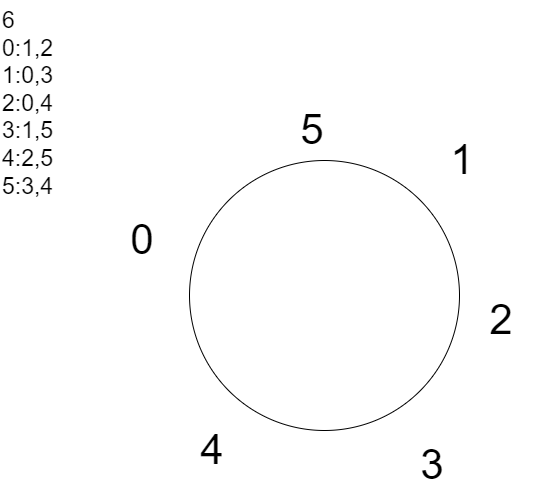
Above: repr.png in pvinere/CavaleriMerlinAStar (draw.io), before the change. Source tidied: cells renumbered, new cells last; positions are measured from the earlier drawing's top-left corner, leaving out a move shared by most shapes.
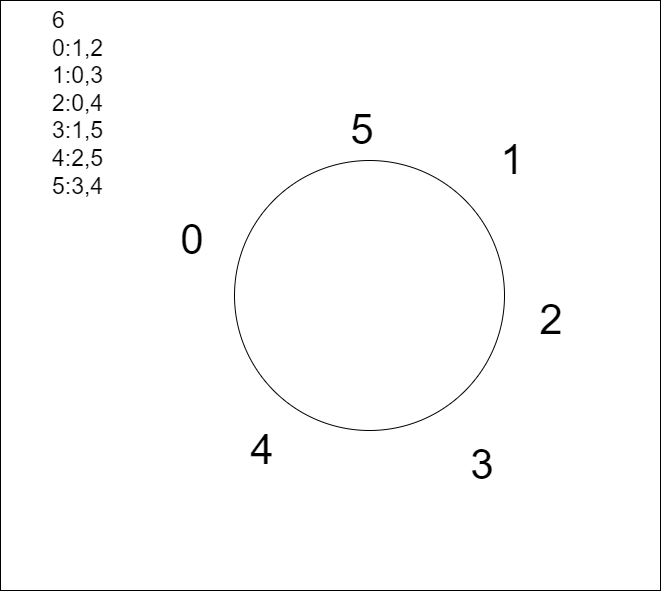
The same diagram one commit later.

What changed in the source:
```diff
@@ -2,8 +2,11 @@
   <root>
     <mxCell id="0" />
     <mxCell id="1" parent="0" />
+    <mxCell id="10" style="rounded=0;whiteSpace=wrap;html=1;" parent="1" vertex="1">
+      <mxGeometry x="-50" width="660" height="590" as="geometry" />
+    </mxCell>
     <mxCell id="2" style="ellipse;whiteSpace=wrap;html=1;" parent="1" vertex="1">
-      <mxGeometry x="189" y="160" width="270" height="270" as="geometry" />
+      <mxGeometry x="184" y="160" width="270" height="270" as="geometry" />
     </mxCell>
     <mxCell id="3" value="6&#10;0:1,2&#10;1:0,3&#10;2:0,4&#10;3:1,5&#10;4:2,5&#10;5:3,4" style="text;whiteSpace=wrap;html=1;fontSize=23;" parent="1" vertex="1">
       <mxGeometry width="80" height="230" as="geometry" />
```
